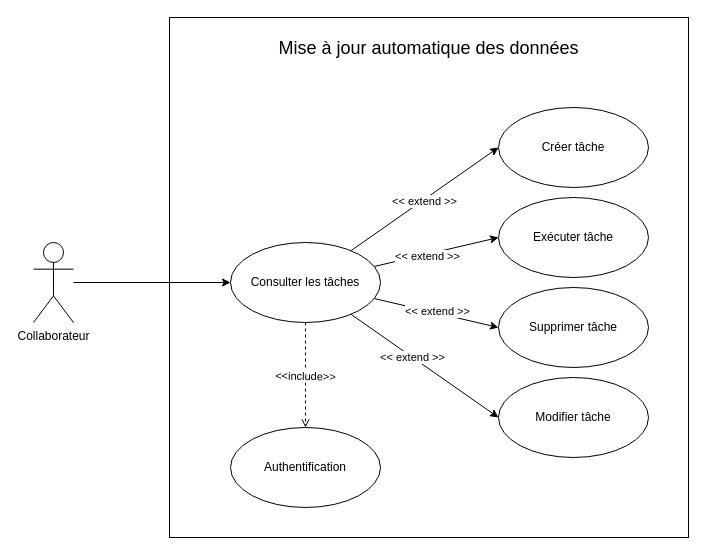
Above: useCaseMicroservice.drawio in mbaananou/diagramsPipelette (draw.io), before the change. Source tidied: cells renumbered, new cells numbered last; positions are measured from the earlier drawing's top-left corner, leaving out a move shared by most shapes. Both pictures are drawn from the tidied source at 100%, with x=0, y=0 at pixel (33, 17).
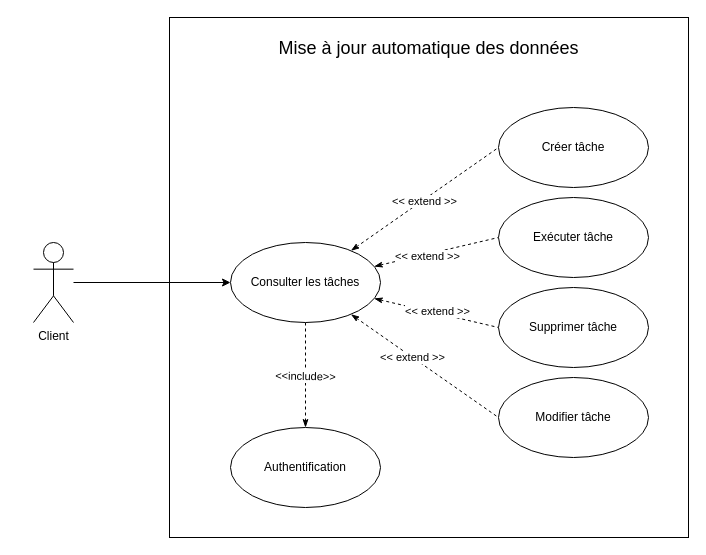
Above is the later version.

Unchanged cells that the change refers to:
```xml
<mxCell id="15" value="Consulter les tâches" style="ellipse;whiteSpace=wrap;html=1;" parent="1" vertex="1">
  <mxGeometry x="197" y="225" width="150" height="80" as="geometry" />
</mxCell>
<mxCell id="16" value="Authentification" style="ellipse;whiteSpace=wrap;html=1;" parent="1" vertex="1">
  <mxGeometry x="197" y="410" width="150" height="80" as="geometry" />
</mxCell>
<mxCell id="20" value="Créer tâche" style="ellipse;whiteSpace=wrap;html=1;" parent="19" vertex="1">
  <mxGeometry width="150" height="80" as="geometry" />
</mxCell>
<mxCell id="21" value="Exécuter tâche" style="ellipse;whiteSpace=wrap;html=1;" parent="19" vertex="1">
  <mxGeometry y="90" width="150" height="80" as="geometry" />
</mxCell>
<mxCell id="22" value="Supprimer tâche" style="ellipse;whiteSpace=wrap;html=1;" parent="19" vertex="1">
  <mxGeometry y="180" width="150" height="80" as="geometry" />
</mxCell>
<mxCell id="23" value="Modifier tâche" style="ellipse;whiteSpace=wrap;html=1;" parent="18" vertex="1">
  <mxGeometry y="270" width="150" height="80" as="geometry" />
</mxCell>
```

What changed in the source:
```diff
@@
-    <mxCell id="4" value="Collaborateur&lt;div&gt;&lt;br&gt;&lt;/div&gt;" style="shape=umlActor;verticalLabelPosition=bottom;verticalAlign=top;html=1;" parent="1" vertex="1">
+    <mxCell id="4" value="Client" style="shape=umlActor;verticalLabelPosition=bottom;verticalAlign=top;html=1;" parent="1" vertex="1">
       <mxGeometry y="225" width="40" height="80" as="geometry" />
     </mxCell>
-    <mxCell id="5" style="rounded=0;jettySize=auto;html=1;dashed=1;endArrow=open;endFill=0;exitX=0.5;exitY=1;exitDx=0;exitDy=0;" parent="1" edge="1" source="15" target="16">
+    <mxCell id="5" style="rounded=0;jettySize=auto;html=1;endArrow=classicThin;endFill=1;exitX=0.5;exitY=1;exitDx=0;exitDy=0;dashed=1;" parent="1" edge="1" source="15" target="16">
       <mxGeometry relative="1" as="geometry" />
     </mxCell>
@@
-    <mxCell id="7" style="rounded=0;jettySize=auto;html=1;entryX=0;entryY=0.5;entryDx=0;entryDy=0;" parent="1" edge="1" source="15" target="20">
+    <mxCell id="7" style="rounded=0;jettySize=auto;html=1;entryX=0;entryY=0.5;entryDx=0;entryDy=0;dashed=1;endArrow=none;endFill=0;startArrow=classicThin;startFill=1;" parent="1" edge="1" source="15" target="20">
       <mxGeometry relative="1" as="geometry" />
     </mxCell>
@@
-    <mxCell id="9" style="rounded=0;jettySize=auto;html=1;entryX=0;entryY=0.5;entryDx=0;entryDy=0;" parent="1" edge="1" source="15" target="21">
+    <mxCell id="9" style="rounded=0;jettySize=auto;html=1;entryX=0;entryY=0.5;entryDx=0;entryDy=0;dashed=1;endArrow=none;endFill=0;startArrow=classicThin;startFill=1;" parent="1" edge="1" source="15" target="21">
       <mxGeometry relative="1" as="geometry" />
     </mxCell>
@@
-    <mxCell id="11" style="rounded=0;jettySize=auto;html=1;entryX=0;entryY=0.5;entryDx=0;entryDy=0;" parent="1" edge="1" source="15" target="22">
+    <mxCell id="11" style="rounded=0;jettySize=auto;html=1;entryX=0;entryY=0.5;entryDx=0;entryDy=0;dashed=1;endArrow=none;endFill=0;startArrow=classicThin;startFill=1;" parent="1" edge="1" source="15" target="22">
       <mxGeometry relative="1" as="geometry" />
     </mxCell>
@@
-    <mxCell id="13" style="rounded=0;jettySize=auto;html=1;entryX=0;entryY=0.5;entryDx=0;entryDy=0;" parent="1" edge="1" source="15" target="23">
+    <mxCell id="13" style="rounded=0;jettySize=auto;html=1;entryX=0;entryY=0.5;entryDx=0;entryDy=0;dashed=1;endArrow=none;endFill=0;startArrow=classicThin;startFill=1;" parent="1" edge="1" source="15" target="23">
       <mxGeometry relative="1" as="geometry" />
     </mxCell>
```
